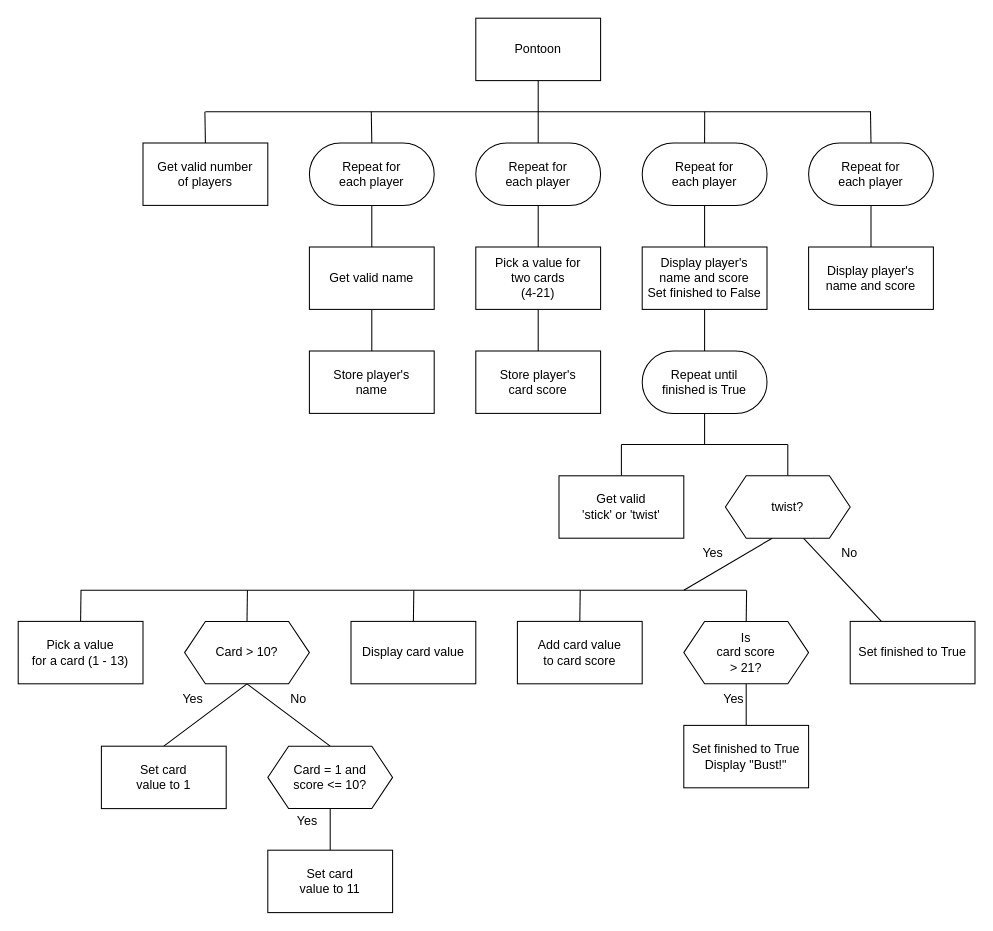
This is n5-cs/sdd/N5-SDD-Pontoon/assets/N5-SDD-Pontoon.drawio from MrFriendCS/MrFriendCS.github.io, a draw.io file, before an edit. Source tidied: cells renumbered, new cells numbered last; positions are measured from the earlier drawing's top-left corner, leaving out a move shared by most shapes. Both pictures are drawn from the tidied source at 104%, with x=0, y=0 at pixel (18, 18).
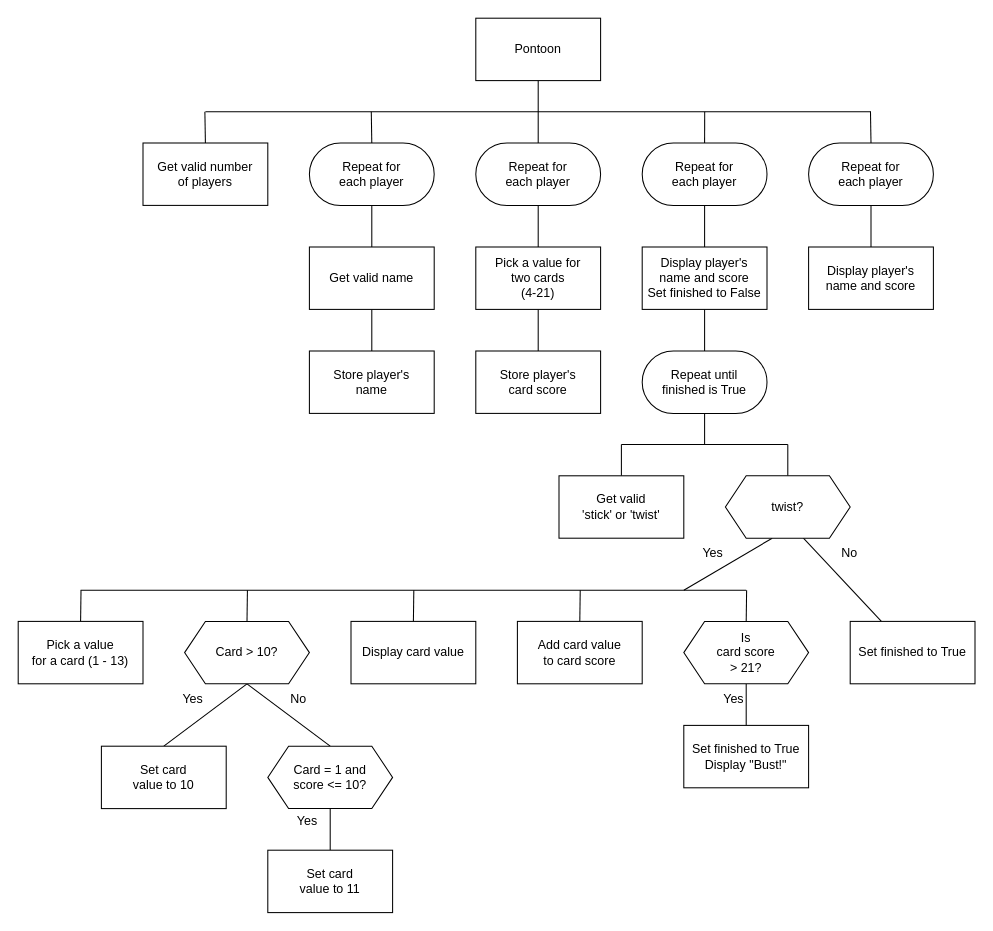
Above is the later version.

The edit, as a diff of the source:
```diff
@@
-    <mxCell id="38" value="Set card&lt;br&gt;value to 1" style="rounded=0;whiteSpace=wrap;html=1;" parent="1" vertex="1">
+    <mxCell id="38" value="Set card&lt;br&gt;value to 10" style="rounded=0;whiteSpace=wrap;html=1;" parent="1" vertex="1">
       <mxGeometry x="80" y="700" width="120" height="60" as="geometry" />
     </mxCell>
```
